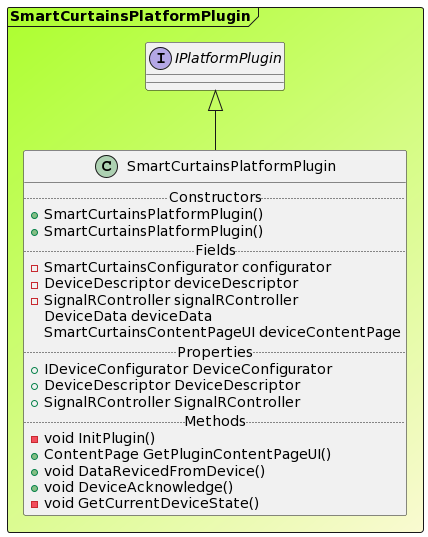
Earlier version of the PlantUML export Devices/SmartCurtains/YouML_image.png (AnthonyDTU/IoTCurtains). Source of this version:
```plantuml
@startuml

Frame SmartCurtainsPlatformPlugin #GreenYellow/LightGoldenRodYellow{
interface "IPlatformPlugin" as IPlatformPlugin
class SmartCurtainsPlatformPlugin extends IPlatformPlugin{
.. Constructors ..
+SmartCurtainsPlatformPlugin()
+SmartCurtainsPlatformPlugin()
.. Fields ..
-SmartCurtainsConfigurator configurator
-DeviceDescriptor deviceDescriptor
-SignalRController signalRController
DeviceData deviceData
SmartCurtainsContentPageUI deviceContentPage
.. Properties ..
+ IDeviceConfigurator DeviceConfigurator
+ DeviceDescriptor DeviceDescriptor
+ SignalRController SignalRController
.. Methods ..
-void InitPlugin()
+ContentPage GetPluginContentPageUI()
+void DataRevicedFromDevice()
+void DeviceAcknowledge()
-void GetCurrentDeviceState()
}
}
@enduml
```
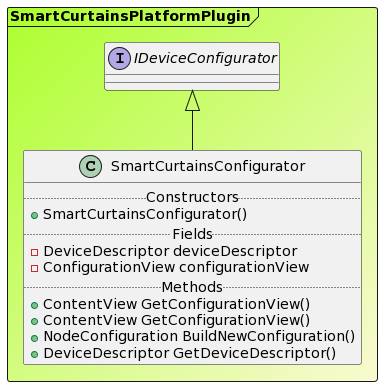
The same file after the commit.

The edit, as a diff of the source:
```diff
@@ -1,27 +1,18 @@
 @startuml
 
 Frame SmartCurtainsPlatformPlugin #GreenYellow/LightGoldenRodYellow{
-interface "IPlatformPlugin" as IPlatformPlugin
-class SmartCurtainsPlatformPlugin extends IPlatformPlugin{
+interface "IDeviceConfigurator" as IDeviceConfigurator
+class SmartCurtainsConfigurator extends IDeviceConfigurator{
 .. Constructors ..
-+SmartCurtainsPlatformPlugin()
-+SmartCurtainsPlatformPlugin()
++SmartCurtainsConfigurator()
 .. Fields ..
--SmartCurtainsConfigurator configurator
 -DeviceDescriptor deviceDescriptor
--SignalRController signalRController
-DeviceData deviceData
-SmartCurtainsContentPageUI deviceContentPage
-.. Properties ..
-+ IDeviceConfigurator DeviceConfigurator
-+ DeviceDescriptor DeviceDescriptor
-+ SignalRController SignalRController
+-ConfigurationView configurationView
 .. Methods ..
--void InitPlugin()
-+ContentPage GetPluginContentPageUI()
-+void DataRevicedFromDevice()
-+void DeviceAcknowledge()
--void GetCurrentDeviceState()
++ContentView GetConfigurationView()
++ContentView GetConfigurationView()
++NodeConfiguration BuildNewConfiguration()
++DeviceDescriptor GetDeviceDescriptor()
 }
 }
 @enduml
```
